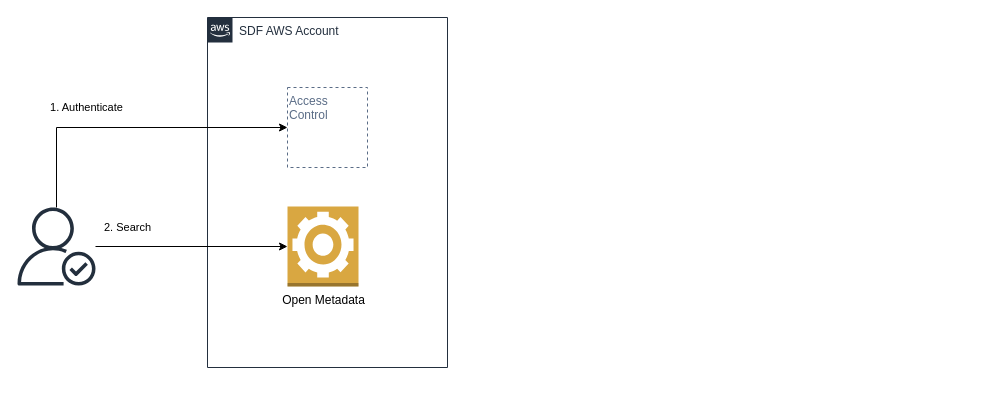
The draw.io diagram page "discoverability" (7 of 8) of docs/architecture.drawio in aws-solutions-library-samples/guidance-for-data-fabric-on-aws, before the edit. Source tidied: cells renumbered, new cells numbered last; positions are measured from the earlier drawing's top-left corner, leaving out a move shared by most shapes. Both pictures are drawn from the tidied source at 100%, with x=0, y=0 at pixel (17, 17).
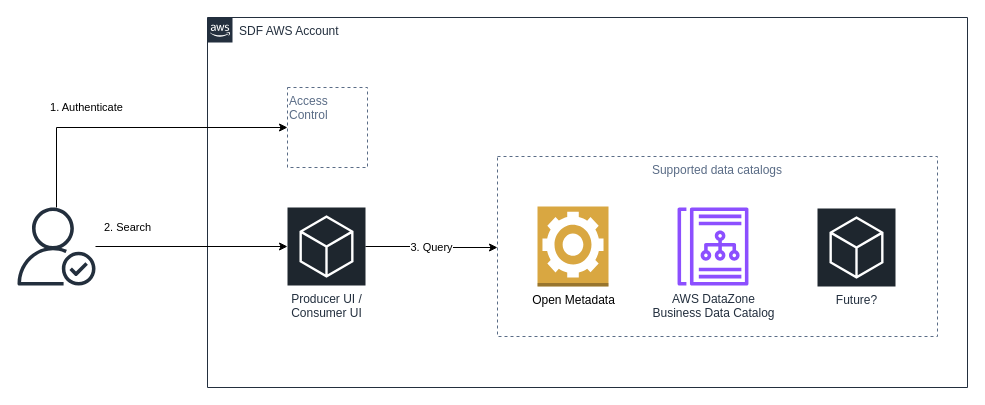
The same page after the edit.

Diff of the diagram source:
```diff
@@
 <mxGraphModel>
   <root>
     <mxCell id="0" />
     <mxCell id="1" parent="0" />
     <mxCell id="2" value="SDF AWS Account" style="gradientColor=none;html=1;whiteSpace=wrap;fontSize=12;fontStyle=0;shape=mxgraph.aws4.group;grIcon=mxgraph.aws4.group_aws_cloud_alt;strokeColor=#232F3E;fillColor=none;verticalAlign=top;align=left;spacingLeft=30;fontColor=#232F3E;dashed=0;" parent="1" vertex="1">
-      <mxGeometry x="190" width="240" height="350" as="geometry" />
+      <mxGeometry x="190" width="760" height="370" as="geometry" />
     </mxCell>
     <mxCell id="3" value="Access Control" style="fillColor=none;strokeColor=#5A6C86;dashed=1;verticalAlign=top;fontStyle=0;fontColor=#5A6C86;whiteSpace=wrap;html=1;align=left;" parent="2" vertex="1">
       <mxGeometry x="80" y="70" width="80" height="80" as="geometry" />
     </mxCell>
     <mxCell id="4" value="1. Authenticate" style="edgeStyle=orthogonalEdgeStyle;rounded=0;jettySize=auto;html=1;" parent="2" edge="1" source="5" target="3">
       <mxGeometry x="-0.29" y="20" relative="1" as="geometry">
         <Array as="points">
           <mxPoint x="-151" y="110" />
         </Array>
       </mxGeometry>
     </mxCell>
     <mxCell id="5" style="sketch=0;outlineConnect=0;fontColor=#232F3E;gradientColor=none;fillColor=#232F3D;strokeColor=none;dashed=0;verticalLabelPosition=bottom;verticalAlign=top;align=center;html=1;fontSize=12;fontStyle=0;shape=mxgraph.aws4.authenticated_user;" parent="2" vertex="1">
       <mxGeometry x="-190" y="190" width="78" height="78" as="geometry" />
     </mxCell>
+    <mxCell id="8" value="Producer UI /&lt;br&gt;Consumer UI" style="sketch=0;points=[[0,0,0],[0.25,0,0],[0.5,0,0],[0.75,0,0],[1,0,0],[0,1,0],[0.25,1,0],[0.5,1,0],[0.75,1,0],[1,1,0],[0,0.25,0],[0,0.5,0],[0,0.75,0],[1,0.25,0],[1,0.5,0],[1,0.75,0]];gradientDirection=north;outlineConnect=0;fontColor=#232F3E;gradientColor=none;fillColor=#1E262E;strokeColor=#ffffff;dashed=0;verticalLabelPosition=bottom;verticalAlign=top;align=center;html=1;fontSize=12;fontStyle=0;shape=mxgraph.aws4.resourceIcon;resIcon=mxgraph.aws4.general;" parent="2" vertex="1">
+      <mxGeometry x="80" y="190" width="78" height="78" as="geometry" />
+    </mxCell>
-    <mxCell id="6" value="2. Search" style="edgeStyle=orthogonalEdgeStyle;rounded=0;jettySize=auto;html=1;" parent="2" edge="1" source="5" target="7">
+    <mxCell id="6" value="2. Search" style="edgeStyle=orthogonalEdgeStyle;rounded=0;jettySize=auto;html=1;" parent="2" edge="1" source="5" target="8">
       <mxGeometry x="-0.67" y="19" relative="1" as="geometry" />
     </mxCell>
+    <mxCell id="9" value="Supported data catalogs" style="fillColor=none;strokeColor=#5A6C86;dashed=1;verticalAlign=top;fontStyle=0;fontColor=#5A6C86;whiteSpace=wrap;html=1;" parent="2" vertex="1">
+      <mxGeometry x="290" y="139" width="440" height="180" as="geometry" />
+    </mxCell>
     <mxCell id="7" value="Open Metadata" style="outlineConnect=0;dashed=0;verticalLabelPosition=bottom;verticalAlign=top;align=center;html=1;shape=mxgraph.aws3.worker;fillColor=#D9A741;gradientColor=none;" parent="2" vertex="1">
-      <mxGeometry x="80" y="189" width="71" height="80" as="geometry" />
+      <mxGeometry x="330" y="189" width="71" height="80" as="geometry" />
     </mxCell>
+    <mxCell id="10" value="AWS DataZone&lt;br&gt;Business Data Catalog" style="sketch=0;fontColor=#232F3E;gradientColor=none;fillColor=#8C4FFF;strokeColor=none;dashed=0;verticalLabelPosition=bottom;verticalAlign=top;align=center;html=1;fontSize=12;fontStyle=0;shape=mxgraph.aws4.datazone_business_data_catalog;" parent="2" vertex="1">
+      <mxGeometry x="470" y="190" width="71" height="78" as="geometry" />
+    </mxCell>
+    <mxCell id="11" value="Future?" style="sketch=0;gradientDirection=north;fontColor=#232F3E;gradientColor=none;fillColor=#1E262E;strokeColor=#ffffff;dashed=0;verticalLabelPosition=bottom;verticalAlign=top;align=center;html=1;fontSize=12;fontStyle=0;shape=mxgraph.aws4.resourceIcon;resIcon=mxgraph.aws4.general;" parent="2" vertex="1">
+      <mxGeometry x="610" y="191" width="78" height="78" as="geometry" />
+    </mxCell>
+    <mxCell id="12" value="3. Query" style="edgeStyle=orthogonalEdgeStyle;rounded=0;jettySize=auto;html=1;" parent="2" edge="1" source="8" target="9">
+      <mxGeometry relative="1" as="geometry">
+        <Array as="points">
+          <mxPoint x="224" y="229" />
+          <mxPoint x="224" y="230" />
+        </Array>
+      </mxGeometry>
+    </mxCell>
   </root>
 </mxGraphModel>
```
